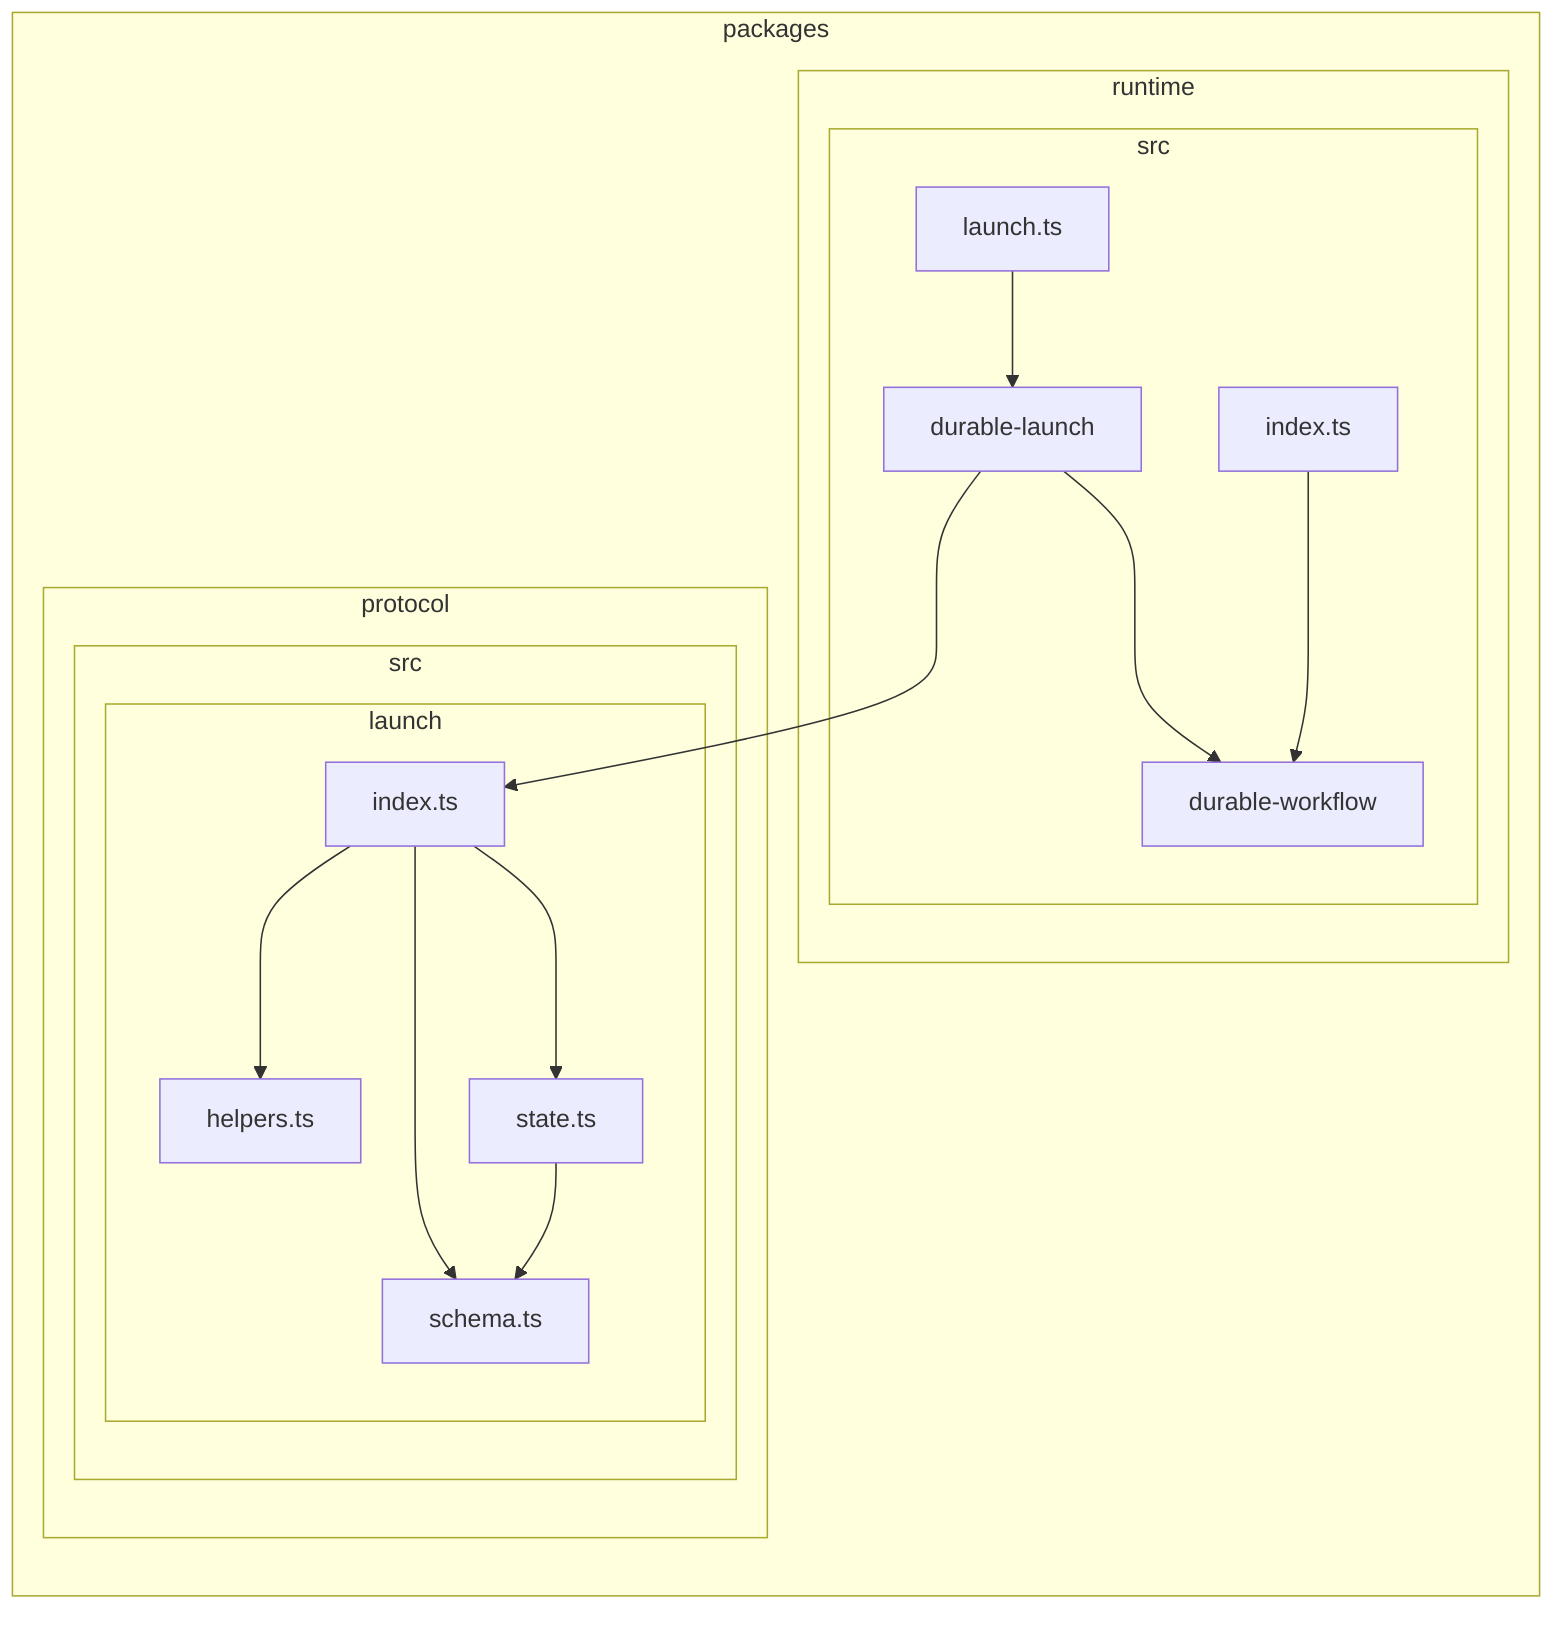
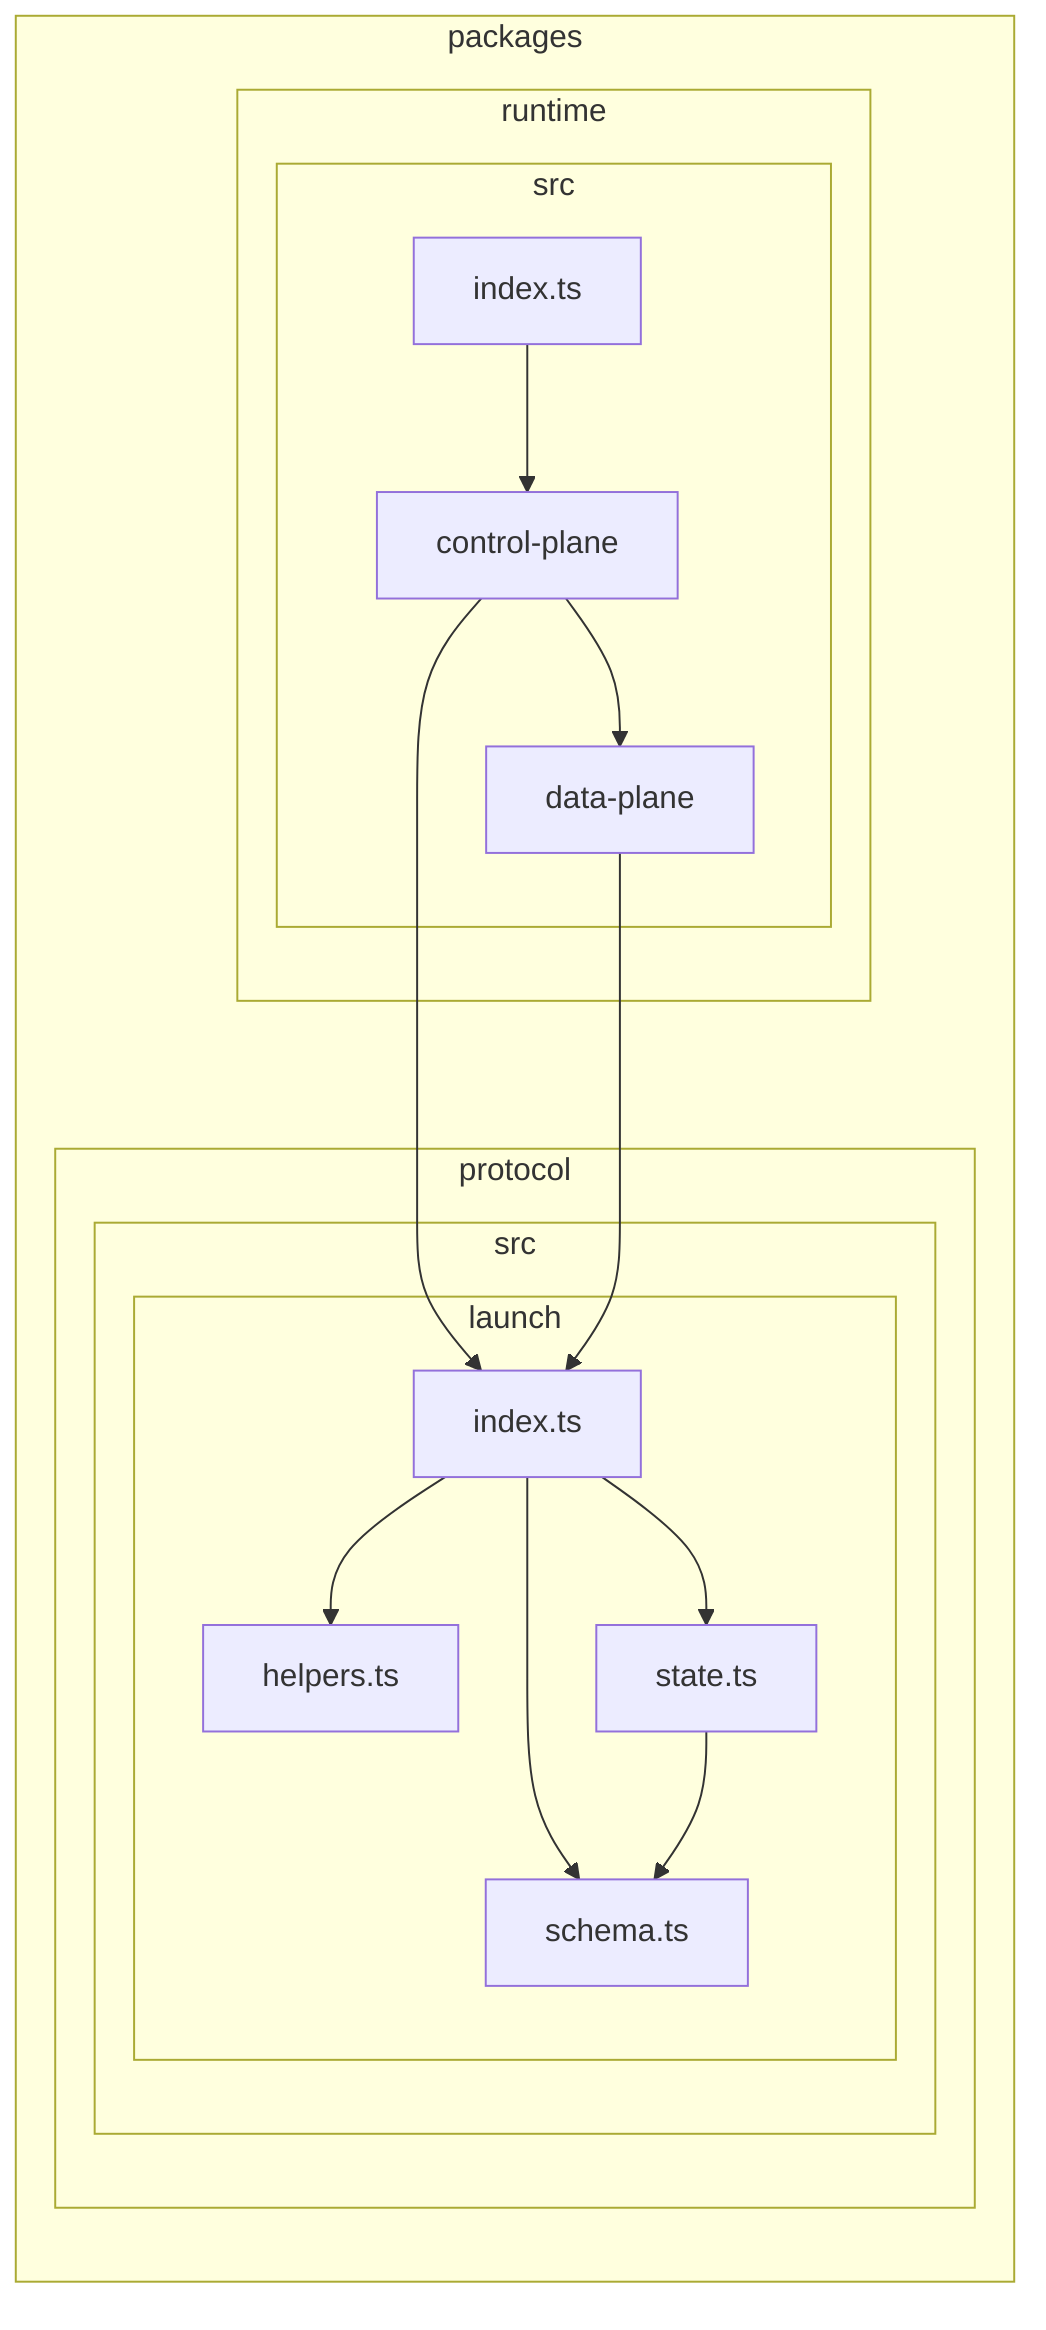
flowchart LR

subgraph 0["packages"]
subgraph 1["protocol"]
subgraph 2["src"]
subgraph 3["launch"]
4["helpers.ts"]
5["index.ts"]
6["schema.ts"]
7["state.ts"]
end
end
end
subgraph 8["runtime"]
subgraph 9["src"]
- A["durable-launch"]
- B["durable-workflow"]
+ A["control-plane"]
+ B["data-plane"]
C["index.ts"]
- D["launch.ts"]
end
end
end
5-->4
5-->6
5-->7
7-->6
A-->B
A-->5
- C-->B
- D-->A
+ B-->5
+ C-->A
